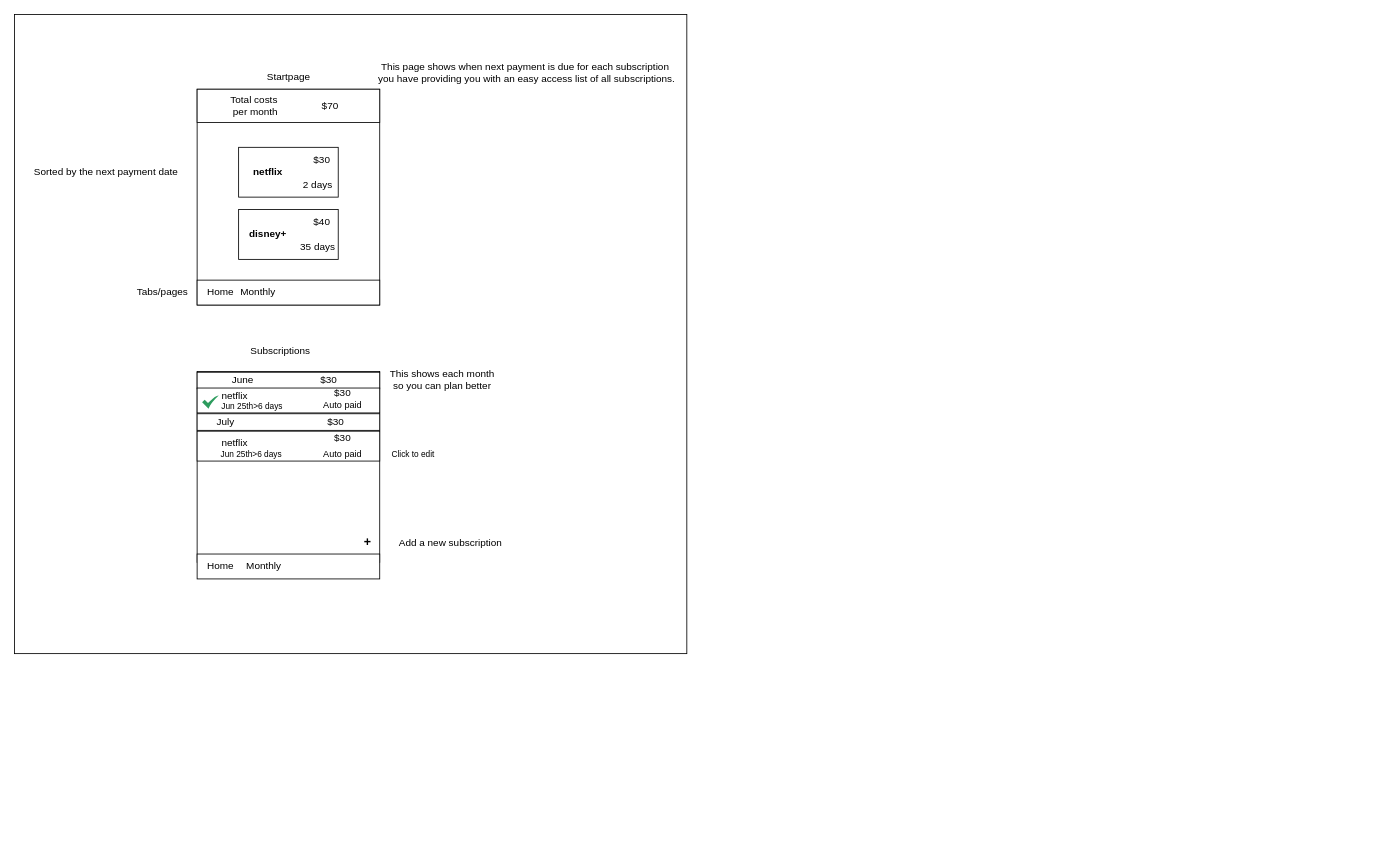
Earlier version of the draw.io diagram page "MVP" (1 of 2) of docs/mockups.drawio (Code2Gether-Discord/subtrack). Source tidied: cells renumbered, new cells numbered last; positions are measured from the earlier drawing's top-left corner, leaving out a move shared by most shapes. Both pictures are drawn from the tidied source at 83%, with x=0, y=0 at pixel (14, 14).
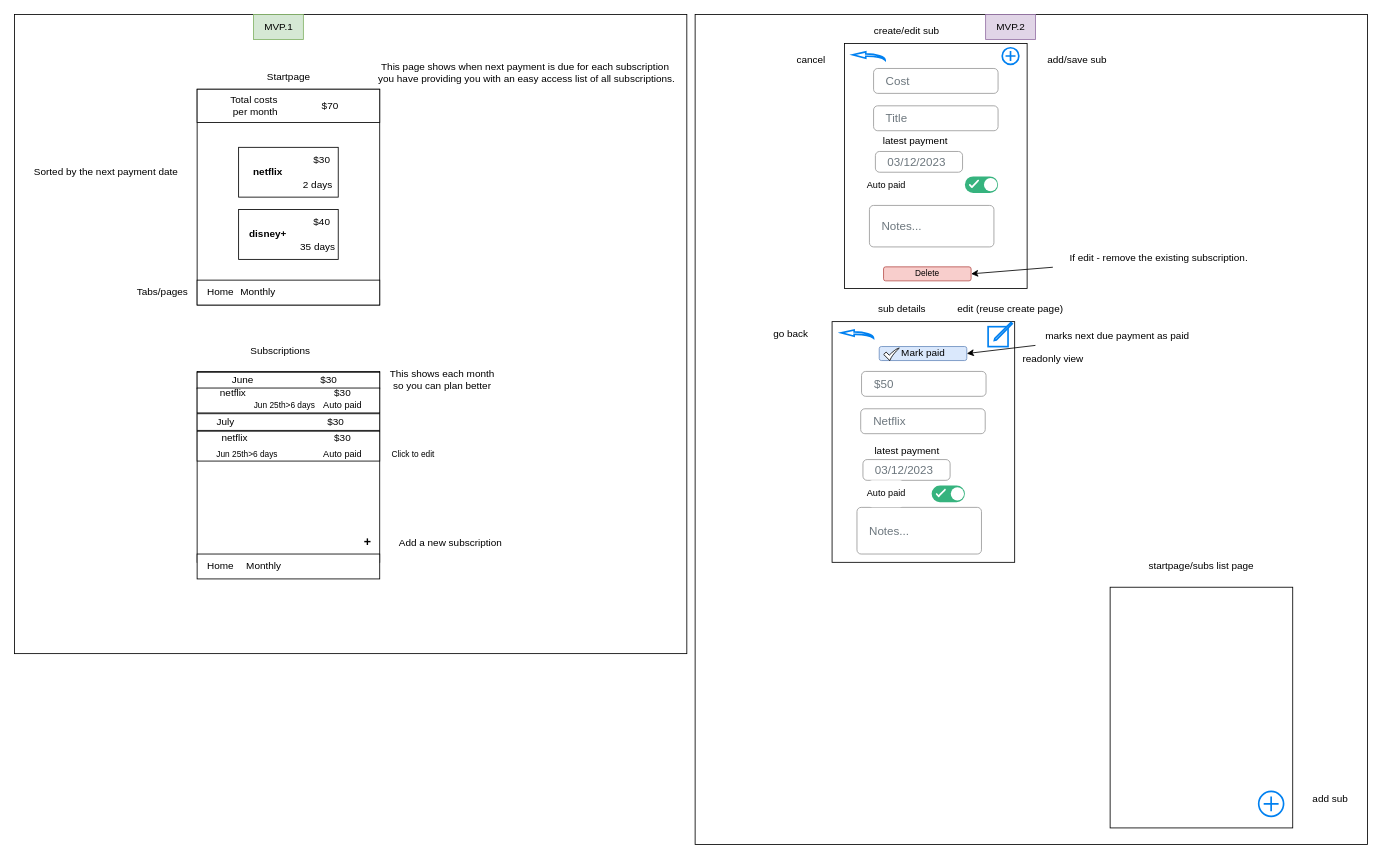
After the change.

The edit, as a diff of the source:
```diff
@@
     <mxCell id="26" value="netflix" style="text;html=1;align=center;verticalAlign=middle;strokeColor=none;fillColor=none;" parent="1" vertex="1">
-      <mxGeometry x="240" y="445" width="50" height="30" as="geometry" />
+      <mxGeometry x="238" y="441" width="50" height="30" as="geometry" />
     </mxCell>
     <mxCell id="27" value="Jun 25th&amp;gt;6 days" style="text;html=1;align=center;verticalAlign=middle;strokeColor=none;fillColor=none;fontSize=10;" parent="1" vertex="1">
-      <mxGeometry x="236" y="457" width="100" height="30" as="geometry" />
+      <mxGeometry x="275" y="455" width="100" height="30" as="geometry" />
     </mxCell>
@@
     <mxCell id="30" value="netflix" style="text;html=1;align=center;verticalAlign=middle;strokeColor=none;fillColor=none;" parent="1" vertex="1">
-      <mxGeometry x="240" y="501" width="50" height="30" as="geometry" />
+      <mxGeometry x="240" y="495" width="50" height="30" as="geometry" />
     </mxCell>
     <mxCell id="31" value="Jun 25th&amp;gt;6 days" style="text;html=1;align=center;verticalAlign=middle;strokeColor=none;fillColor=none;fontSize=10;" parent="1" vertex="1">
-      <mxGeometry x="235" y="515" width="100" height="30" as="geometry" />
+      <mxGeometry x="230" y="515" width="100" height="30" as="geometry" />
     </mxCell>
@@
-    <mxCell id="45" style="sketch=0;html=1;strokeColor=none;shadow=0;align=center;verticalAlign=top;fillColor=#2D9C5E;shape=mxgraph.gcp2.check;" parent="1" vertex="1">
-      <mxGeometry x="226" y="459" width="20" height="16" as="geometry" />
+    <mxCell id="45" value="MVP.1" style="text;html=1;align=center;verticalAlign=middle;strokeColor=#82b366;fillColor=#d5e8d4;" parent="1" vertex="1">
+      <mxGeometry x="288" width="60" height="30" as="geometry" />
     </mxCell>
+    <mxCell id="46" style="rounded=0;whiteSpace=wrap;html=1;" parent="1" vertex="1">
+      <mxGeometry x="820" width="810" height="1000" as="geometry" />
+    </mxCell>
+    <mxCell id="47" value="MVP.2" style="text;html=1;align=center;verticalAlign=middle;strokeColor=#9673a6;fillColor=#e1d5e7;" parent="1" vertex="1">
+      <mxGeometry x="1170" width="60" height="30" as="geometry" />
+    </mxCell>
+    <mxCell id="48" style="rounded=0;whiteSpace=wrap;html=1;" parent="1" vertex="1">
+      <mxGeometry x="1000" y="35" width="220" height="295" as="geometry" />
+    </mxCell>
+    <mxCell id="49" value="Title" style="html=1;shadow=0;dashed=0;shape=mxgraph.bootstrap.rrect;rSize=5;fillColor=none;strokeColor=#999999;align=left;spacing=15;fontSize=14;fontColor=#6C767D;" parent="1" vertex="1">
+      <mxGeometry x="1035" y="110" width="150" height="30" as="geometry" />
+    </mxCell>
+    <mxCell id="50" value="Notes..." style="html=1;shadow=0;dashed=0;shape=mxgraph.bootstrap.rrect;rSize=5;fillColor=none;strokeColor=#999999;align=left;spacing=15;fontSize=14;fontColor=#6C767D;" parent="1" vertex="1">
+      <mxGeometry x="1030" y="230" width="150" height="50" as="geometry" />
+    </mxCell>
+    <mxCell id="51" value="Cost" style="html=1;shadow=0;dashed=0;shape=mxgraph.bootstrap.rrect;rSize=5;fillColor=none;strokeColor=#999999;align=left;spacing=15;fontSize=14;fontColor=#6C767D;" parent="1" vertex="1">
+      <mxGeometry x="1035" y="65" width="150" height="30" as="geometry" />
+    </mxCell>
+    <mxCell id="52" value="Auto paid" style="rounded=1;arcSize=10;html=1;fontSize=11;align=center;fontStyle=0;fontSize=11;sketch=0;hachureGap=4;fontFamily=Helvetica;strokeColor=none;direction=south;" parent="1" vertex="1">
+      <mxGeometry x="1030" y="188.8" width="40" height="32.5" as="geometry" />
+    </mxCell>
+    <mxCell id="53" style="fillColor=#36B37E;strokeColor=none;rounded=1;arcSize=50;sketch=0;hachureGap=4;fontFamily=Architects Daughter;fontSize=20;" parent="1" vertex="1">
+      <mxGeometry x="1145" y="195" width="40" height="20" as="geometry" />
+    </mxCell>
+    <mxCell id="54" style="shape=ellipse;strokeColor=none;fillColor=#ffffff;sketch=0;hachureGap=4;fontFamily=Architects Daughter;fontSize=20;" parent="53" vertex="1">
+      <mxGeometry x="1" y="0.5" width="16" height="16" relative="1" as="geometry">
+        <mxPoint x="-17" y="-8" as="offset" />
+      </mxGeometry>
+    </mxCell>
+    <mxCell id="55" style="html=1;shadow=0;dashed=0;shape=mxgraph.atlassian.check;strokeColor=#ffffff;strokeWidth=2;sketch=1;hachureGap=4;fontFamily=Architects Daughter;fontSize=20;" parent="53" vertex="1">
+      <mxGeometry y="0.5" width="10" height="8" relative="1" as="geometry">
+        <mxPoint x="6" y="-5" as="offset" />
+      </mxGeometry>
+    </mxCell>
+    <mxCell id="56" style="html=1;verticalLabelPosition=bottom;align=center;labelBackgroundColor=#ffffff;verticalAlign=top;strokeWidth=2;strokeColor=#0080F0;shadow=0;dashed=0;shape=mxgraph.ios7.icons.add;fontFamily=Helvetica;" parent="1" vertex="1">
+      <mxGeometry x="1190" y="40" width="20" height="20" as="geometry" />
+    </mxCell>
+    <mxCell id="57" style="html=1;verticalLabelPosition=bottom;align=center;labelBackgroundColor=#ffffff;verticalAlign=top;strokeWidth=2;strokeColor=#0080F0;shadow=0;dashed=0;shape=mxgraph.ios7.icons.back;fontFamily=Helvetica;" parent="1" vertex="1">
+      <mxGeometry x="1010" y="45" width="39" height="10" as="geometry" />
+    </mxCell>
+    <mxCell id="58" value="add/save sub" style="text;html=1;strokeColor=none;fillColor=none;align=center;verticalAlign=middle;whiteSpace=wrap;rounded=0;fontFamily=Helvetica;" parent="1" vertex="1">
+      <mxGeometry x="1241" y="40" width="79" height="30" as="geometry" />
+    </mxCell>
+    <mxCell id="59" value="create/edit sub" style="text;html=1;strokeColor=none;fillColor=none;align=center;verticalAlign=middle;whiteSpace=wrap;rounded=0;fontFamily=Helvetica;" parent="1" vertex="1">
+      <mxGeometry x="1030" y="5" width="90" height="30" as="geometry" />
+    </mxCell>
+    <mxCell id="60" value="cancel" style="text;html=1;strokeColor=none;fillColor=none;align=center;verticalAlign=middle;whiteSpace=wrap;rounded=0;fontFamily=Helvetica;" parent="1" vertex="1">
+      <mxGeometry x="930" y="40" width="60" height="30" as="geometry" />
+    </mxCell>
+    <mxCell id="61" style="rounded=0;whiteSpace=wrap;html=1;" parent="1" vertex="1">
+      <mxGeometry x="985" y="370" width="220" height="290" as="geometry" />
+    </mxCell>
+    <mxCell id="62" value="Netflix" style="html=1;shadow=0;dashed=0;shape=mxgraph.bootstrap.rrect;rSize=5;fillColor=none;strokeColor=#999999;align=left;spacing=15;fontSize=14;fontColor=#6C767D;" parent="1" vertex="1">
+      <mxGeometry x="1019.5" y="475" width="150" height="30" as="geometry" />
+    </mxCell>
+    <mxCell id="63" value="Notes..." style="html=1;shadow=0;dashed=0;shape=mxgraph.bootstrap.rrect;rSize=5;fillColor=none;strokeColor=#999999;align=left;spacing=15;fontSize=14;fontColor=#6C767D;" parent="1" vertex="1">
+      <mxGeometry x="1015" y="593.8" width="150" height="56.2" as="geometry" />
+    </mxCell>
+    <mxCell id="64" value="03/12/2023" style="html=1;shadow=0;dashed=0;shape=mxgraph.bootstrap.rrect;rSize=5;fillColor=none;strokeColor=#999999;align=left;spacing=15;fontSize=14;fontColor=#6C767D;" parent="1" vertex="1">
+      <mxGeometry x="1022.2" y="536.2" width="105" height="25" as="geometry" />
+    </mxCell>
+    <mxCell id="65" value="$50" style="html=1;shadow=0;dashed=0;shape=mxgraph.bootstrap.rrect;rSize=5;fillColor=none;strokeColor=#999999;align=left;spacing=15;fontSize=14;fontColor=#6C767D;" parent="1" vertex="1">
+      <mxGeometry x="1020.5" y="430" width="150" height="30" as="geometry" />
+    </mxCell>
+    <mxCell id="66" value="Auto paid" style="rounded=1;arcSize=10;html=1;fontSize=11;align=center;fontStyle=0;fontSize=11;sketch=0;hachureGap=4;fontFamily=Helvetica;strokeColor=none;direction=south;" parent="1" vertex="1">
+      <mxGeometry x="1030" y="561.2" width="40" height="32.5" as="geometry" />
+    </mxCell>
+    <mxCell id="67" style="fillColor=#36B37E;strokeColor=none;rounded=1;arcSize=50;sketch=0;hachureGap=4;fontFamily=Architects Daughter;fontSize=20;" parent="1" vertex="1">
+      <mxGeometry x="1105" y="567.5" width="40" height="20" as="geometry" />
+    </mxCell>
+    <mxCell id="68" style="shape=ellipse;strokeColor=none;fillColor=#ffffff;sketch=0;hachureGap=4;fontFamily=Architects Daughter;fontSize=20;" parent="67" vertex="1">
+      <mxGeometry x="1" y="0.5" width="16" height="16" relative="1" as="geometry">
+        <mxPoint x="-17" y="-8" as="offset" />
+      </mxGeometry>
+    </mxCell>
+    <mxCell id="69" style="html=1;shadow=0;dashed=0;shape=mxgraph.atlassian.check;strokeColor=#ffffff;strokeWidth=2;sketch=1;hachureGap=4;fontFamily=Architects Daughter;fontSize=20;" parent="67" vertex="1">
+      <mxGeometry y="0.5" width="10" height="8" relative="1" as="geometry">
+        <mxPoint x="6" y="-5" as="offset" />
+      </mxGeometry>
+    </mxCell>
+    <mxCell id="70" style="html=1;verticalLabelPosition=bottom;align=center;labelBackgroundColor=#ffffff;verticalAlign=top;strokeWidth=2;strokeColor=#0080F0;shadow=0;dashed=0;shape=mxgraph.ios7.icons.back;fontFamily=Helvetica;" parent="1" vertex="1">
+      <mxGeometry x="996" y="380" width="39" height="10" as="geometry" />
+    </mxCell>
+    <mxCell id="71" value="sub details" style="text;html=1;strokeColor=none;fillColor=none;align=center;verticalAlign=middle;whiteSpace=wrap;rounded=0;fontFamily=Helvetica;" parent="1" vertex="1">
+      <mxGeometry x="1024" y="340" width="91" height="30" as="geometry" />
+    </mxCell>
+    <mxCell id="72" value="go back" style="text;html=1;align=center;verticalAlign=middle;strokeColor=none;fillColor=none;fontFamily=Helvetica;" parent="1" vertex="1">
+      <mxGeometry x="900" y="370" width="70" height="30" as="geometry" />
+    </mxCell>
+    <mxCell id="73" value="readonly view" style="text;html=1;align=center;verticalAlign=middle;strokeColor=none;fillColor=none;fontFamily=Helvetica;" parent="1" vertex="1">
+      <mxGeometry x="1201" y="400" width="100" height="30" as="geometry" />
+    </mxCell>
+    <mxCell id="74" value="&lt;span style=&quot;color: rgb(0, 0, 0); font-size: 12px;&quot;&gt;Mark paid&lt;/span&gt;" style="rounded=1;html=1;shadow=0;dashed=0;whiteSpace=wrap;fontSize=10;align=center;fontFamily=Helvetica;fillColor=#dae8fc;strokeColor=#6c8ebf;" parent="1" vertex="1">
+      <mxGeometry x="1041.8" y="400" width="105.5" height="16.9" as="geometry" />
+    </mxCell>
+    <mxCell id="75" style="sketch=0;html=1;shadow=0;align=center;verticalAlign=top;shape=mxgraph.gcp2.check;fontFamily=Helvetica;" parent="1" vertex="1">
+      <mxGeometry x="1047.2" y="401.9" width="18.8" height="15" as="geometry" />
+    </mxCell>
+    <mxCell id="76" style="edgeStyle=none;html=1;entryX=1;entryY=0.5;entryDx=0;entryDy=0;fontFamily=Helvetica;" parent="1" edge="1" source="77" target="74">
+      <mxGeometry relative="1" as="geometry" />
+    </mxCell>
+    <mxCell id="77" value="marks next due payment as paid" style="text;html=1;strokeColor=none;fillColor=none;align=center;verticalAlign=middle;whiteSpace=wrap;rounded=0;fontFamily=Helvetica;" parent="1" vertex="1">
+      <mxGeometry x="1230" y="371.9" width="198" height="30" as="geometry" />
+    </mxCell>
+    <mxCell id="78" style="html=1;verticalLabelPosition=bottom;align=center;labelBackgroundColor=#ffffff;verticalAlign=top;strokeWidth=2;strokeColor=#0080F0;shadow=0;dashed=0;shape=mxgraph.ios7.icons.compose;fontFamily=Helvetica;" parent="1" vertex="1">
+      <mxGeometry x="1173" y="371" width="29.1" height="29.1" as="geometry" />
+    </mxCell>
+    <mxCell id="79" value="edit (reuse create page)" style="text;html=1;strokeColor=none;fillColor=none;align=center;verticalAlign=middle;whiteSpace=wrap;rounded=0;fontFamily=Helvetica;" parent="1" vertex="1">
+      <mxGeometry x="1101" y="340" width="198" height="30" as="geometry" />
+    </mxCell>
+    <mxCell id="80" value="latest payment" style="text;html=1;strokeColor=none;fillColor=none;align=center;verticalAlign=middle;whiteSpace=wrap;rounded=0;fontFamily=Helvetica;" parent="1" vertex="1">
+      <mxGeometry x="1019.5" y="513" width="110.5" height="25" as="geometry" />
+    </mxCell>
+    <mxCell id="81" value="latest payment" style="text;html=1;strokeColor=none;fillColor=none;align=center;verticalAlign=middle;whiteSpace=wrap;rounded=0;fontFamily=Helvetica;" parent="1" vertex="1">
+      <mxGeometry x="1030" y="140" width="110.5" height="25" as="geometry" />
+    </mxCell>
+    <mxCell id="82" value="03/12/2023" style="html=1;shadow=0;dashed=0;shape=mxgraph.bootstrap.rrect;rSize=5;fillColor=none;strokeColor=#999999;align=left;spacing=15;fontSize=14;fontColor=#6C767D;" parent="1" vertex="1">
+      <mxGeometry x="1037.2" y="165" width="105" height="25" as="geometry" />
+    </mxCell>
+    <mxCell id="83" value="Delete" style="rounded=1;html=1;shadow=0;dashed=0;whiteSpace=wrap;fontSize=10;fillColor=#f8cecc;align=center;strokeColor=#b85450;" parent="1" vertex="1">
+      <mxGeometry x="1047" y="304" width="105.5" height="16.9" as="geometry" />
+    </mxCell>
+    <mxCell id="84" style="edgeStyle=none;html=1;entryX=1;entryY=0.5;entryDx=0;entryDy=0;" parent="1" edge="1" source="85" target="83">
+      <mxGeometry relative="1" as="geometry" />
+    </mxCell>
+    <mxCell id="85" value="If edit - remove the existing subscription.&amp;nbsp;" style="text;html=1;strokeColor=none;fillColor=none;align=center;verticalAlign=middle;whiteSpace=wrap;rounded=0;" parent="1" vertex="1">
+      <mxGeometry x="1251" y="279" width="259" height="30" as="geometry" />
+    </mxCell>
+    <mxCell id="86" style="rounded=0;whiteSpace=wrap;html=1;" parent="1" vertex="1">
+      <mxGeometry x="1320" y="690" width="220" height="290" as="geometry" />
+    </mxCell>
+    <mxCell id="87" value="startpage/subs list page" style="text;html=1;strokeColor=none;fillColor=none;align=center;verticalAlign=middle;whiteSpace=wrap;rounded=0;" parent="1" vertex="1">
+      <mxGeometry x="1360" y="650" width="140" height="30" as="geometry" />
+    </mxCell>
+    <mxCell id="88" style="html=1;verticalLabelPosition=bottom;align=center;labelBackgroundColor=#ffffff;verticalAlign=top;strokeWidth=2;strokeColor=#0080F0;shadow=0;dashed=0;shape=mxgraph.ios7.icons.add;" parent="1" vertex="1">
+      <mxGeometry x="1499" y="936" width="30" height="30" as="geometry" />
+    </mxCell>
+    <mxCell id="89" value="add sub" style="text;html=1;align=center;verticalAlign=middle;strokeColor=none;fillColor=none;" parent="1" vertex="1">
+      <mxGeometry x="1550" y="930" width="70" height="30" as="geometry" />
+    </mxCell>
```
